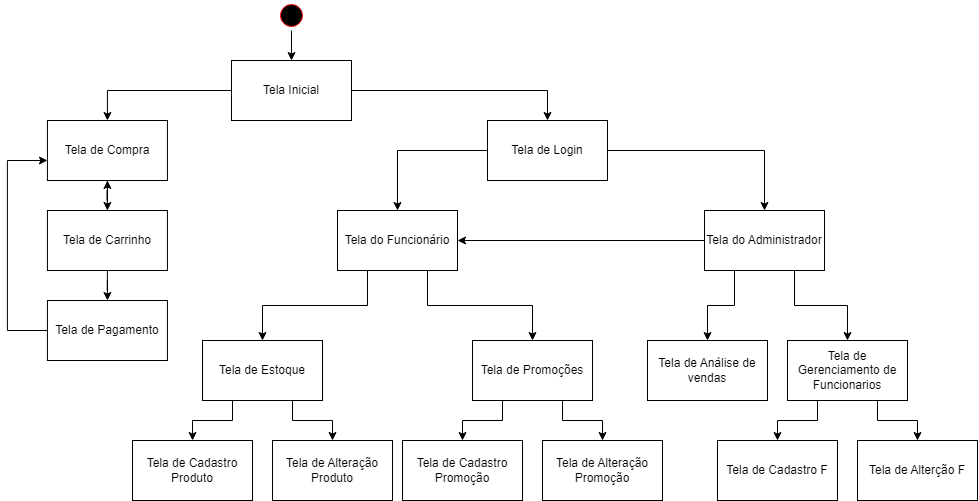
Rovani123/PISAGP keeps this draw.io diagram as Diagrama de Atividades/Diagrama de atividade.png. Above is the earlier version. Source tidied: cells renumbered, new cells last; positions are measured from the earlier drawing's top-left corner, leaving out a move shared by most shapes.
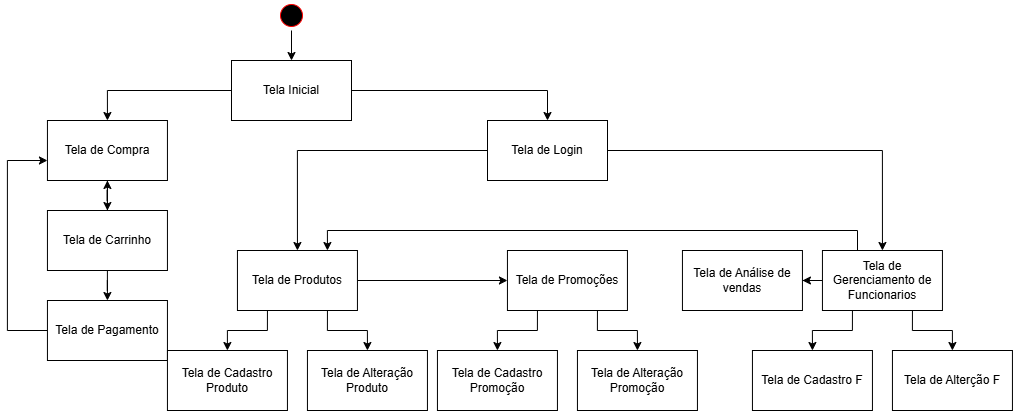
The same diagram one commit later.

Commit message:
diagrama atualizado

Change to the diagram source:
```diff
@@ -6,7 +6,7 @@
       <mxGeometry relative="1" as="geometry" />
     </mxCell>
     <mxCell id="3" style="ellipse;html=1;shape=startState;fillColor=#000000;strokeColor=#ff0000;" parent="1" vertex="1">
-      <mxGeometry x="269" width="30" height="30" as="geometry" />
+      <mxGeometry x="234.1" y="90" width="30" height="30" as="geometry" />
     </mxCell>
     <mxCell id="4" style="edgeStyle=orthogonalEdgeStyle;rounded=0;jettySize=auto;html=1;entryX=0.5;entryY=0;entryDx=0;entryDy=0;" parent="1" edge="1" source="6" target="15">
       <mxGeometry relative="1" as="geometry" />
@@ -15,34 +15,22 @@
       <mxGeometry relative="1" as="geometry" />
     </mxCell>
     <mxCell id="6" value="Tela Inicial" style="rounded=0;whiteSpace=wrap;html=1;" parent="1" vertex="1">
-      <mxGeometry x="224" y="60" width="120" height="60" as="geometry" />
+      <mxGeometry x="189.1" y="150" width="120" height="60" as="geometry" />
     </mxCell>
-    <mxCell id="7" style="edgeStyle=orthogonalEdgeStyle;rounded=0;jettySize=auto;html=1;entryX=0.5;entryY=0;entryDx=0;entryDy=0;exitX=0.75;exitY=1;exitDx=0;exitDy=0;" parent="1" edge="1" source="10" target="18">
-      <mxGeometry relative="1" as="geometry" />
-    </mxCell>
-    <mxCell id="8" style="edgeStyle=orthogonalEdgeStyle;rounded=0;jettySize=auto;html=1;entryX=1;entryY=0.5;entryDx=0;entryDy=0;" parent="1" edge="1" source="10" target="33">
-      <mxGeometry relative="1" as="geometry" />
-    </mxCell>
-    <mxCell id="9" style="edgeStyle=orthogonalEdgeStyle;rounded=0;jettySize=auto;html=1;entryX=0.5;entryY=0;entryDx=0;entryDy=0;exitX=0.25;exitY=1;exitDx=0;exitDy=0;" parent="1" edge="1" source="10" target="39">
-      <mxGeometry relative="1" as="geometry" />
-    </mxCell>
-    <mxCell id="10" value="Tela do Administrador" style="rounded=0;whiteSpace=wrap;html=1;" parent="1" vertex="1">
-      <mxGeometry x="697" y="210" width="120" height="60" as="geometry" />
-    </mxCell>
-    <mxCell id="11" style="edgeStyle=orthogonalEdgeStyle;rounded=0;jettySize=auto;html=1;entryX=0.5;entryY=0;entryDx=0;entryDy=0;" parent="1" edge="1" source="13" target="10">
+    <mxCell id="11" style="edgeStyle=orthogonalEdgeStyle;rounded=0;jettySize=auto;html=1;entryX=0.5;entryY=0;entryDx=0;entryDy=0;" parent="1" edge="1" source="13" target="18">
       <mxGeometry relative="1" as="geometry" />
     </mxCell>
-    <mxCell id="12" style="edgeStyle=orthogonalEdgeStyle;rounded=0;jettySize=auto;html=1;entryX=0.5;entryY=0;entryDx=0;entryDy=0;exitX=0;exitY=0.5;exitDx=0;exitDy=0;" parent="1" edge="1" source="13" target="33">
+    <mxCell id="12" style="edgeStyle=orthogonalEdgeStyle;rounded=0;jettySize=auto;html=1;entryX=0.5;entryY=0;entryDx=0;entryDy=0;exitX=0;exitY=0.5;exitDx=0;exitDy=0;" parent="1" edge="1" source="13" target="30">
       <mxGeometry relative="1" as="geometry" />
     </mxCell>
     <mxCell id="13" value="Tela de Login" style="rounded=0;whiteSpace=wrap;html=1;" parent="1" vertex="1">
-      <mxGeometry x="480" y="120" width="120" height="60" as="geometry" />
+      <mxGeometry x="445.1" y="210" width="120" height="60" as="geometry" />
     </mxCell>
     <mxCell id="14" style="edgeStyle=orthogonalEdgeStyle;rounded=0;jettySize=auto;html=1;entryX=0.5;entryY=0;entryDx=0;entryDy=0;" parent="1" edge="1" source="15" target="21">
       <mxGeometry relative="1" as="geometry" />
     </mxCell>
     <mxCell id="15" value="Tela de C&lt;span style=&quot;background-color: initial;&quot;&gt;ompra&lt;/span&gt;" style="rounded=0;whiteSpace=wrap;html=1;" parent="1" vertex="1">
-      <mxGeometry x="39.9" y="120" width="120" height="60" as="geometry" />
+      <mxGeometry x="5" y="210" width="120" height="60" as="geometry" />
     </mxCell>
     <mxCell id="16" style="edgeStyle=orthogonalEdgeStyle;rounded=0;jettySize=auto;html=1;entryX=0.5;entryY=0;entryDx=0;entryDy=0;exitX=0.25;exitY=1;exitDx=0;exitDy=0;" parent="1" edge="1" source="18" target="22">
       <mxGeometry relative="1" as="geometry" />
@@ -50,6 +38,17 @@
     <mxCell id="17" style="edgeStyle=orthogonalEdgeStyle;rounded=0;jettySize=auto;html=1;exitX=0.75;exitY=1;exitDx=0;exitDy=0;" parent="1" edge="1" source="18" target="23">
       <mxGeometry relative="1" as="geometry" />
     </mxCell>
+    <mxCell id="40" style="edgeStyle=orthogonalEdgeStyle;rounded=0;jettySize=auto;html=1;entryX=1;entryY=0.5;entryDx=0;entryDy=0;" parent="1" edge="1" source="18" target="39">
+      <mxGeometry relative="1" as="geometry" />
+    </mxCell>
+    <mxCell id="41" style="edgeStyle=orthogonalEdgeStyle;rounded=0;jettySize=auto;html=1;entryX=0.75;entryY=0;entryDx=0;entryDy=0;" parent="1" edge="1" source="18" target="30">
+      <mxGeometry relative="1" as="geometry">
+        <Array as="points">
+          <mxPoint x="815.1" y="320" />
+          <mxPoint x="285.1" y="320" />
+        </Array>
+      </mxGeometry>
+    </mxCell>
     <mxCell id="18" value="Tela de Gerenciamento de Funcionarios" style="rounded=0;whiteSpace=wrap;html=1;" parent="1" vertex="1">
       <mxGeometry x="780" y="340" width="120" height="60" as="geometry" />
     </mxCell>
@@ -60,7 +59,7 @@
       <mxGeometry relative="1" as="geometry" />
     </mxCell>
     <mxCell id="21" value="Tela de Carrinho" style="rounded=0;whiteSpace=wrap;html=1;" parent="1" vertex="1">
-      <mxGeometry x="39.9" y="210" width="120" height="60" as="geometry" />
+      <mxGeometry x="5" y="300" width="120" height="60" as="geometry" />
     </mxCell>
     <mxCell id="22" value="Tela de Cadastro F" style="rounded=0;whiteSpace=wrap;html=1;" parent="1" vertex="1">
       <mxGeometry x="710" y="440" width="120" height="60" as="geometry" />
@@ -70,16 +69,16 @@
     </mxCell>
     <mxCell id="24" style="edgeStyle=orthogonalEdgeStyle;rounded=0;jettySize=auto;html=1;" parent="1" edge="1" source="25">
       <mxGeometry relative="1" as="geometry">
-        <mxPoint x="39.9" y="160" as="targetPoint" />
+        <mxPoint x="5" y="250" as="targetPoint" />
         <Array as="points">
-          <mxPoint x="-0.1" y="330" />
-          <mxPoint x="-0.1" y="160" />
-          <mxPoint x="39.9" y="160" />
+          <mxPoint x="-35" y="420" />
+          <mxPoint x="-35" y="250" />
+          <mxPoint x="5" y="250" />
         </Array>
       </mxGeometry>
     </mxCell>
     <mxCell id="25" value="Tela de Pagamento" style="rounded=0;whiteSpace=wrap;html=1;" parent="1" vertex="1">
-      <mxGeometry x="39.9" y="300" width="120" height="60" as="geometry" />
+      <mxGeometry x="5" y="390" width="120" height="60" as="geometry" />
     </mxCell>
     <mxCell id="26" value="Tela de Cadastro&lt;div&gt;Produto&lt;/div&gt;" style="rounded=0;whiteSpace=wrap;html=1;" parent="1" vertex="1">
       <mxGeometry x="125" y="440" width="120" height="60" as="geometry" />
@@ -93,18 +92,12 @@
     <mxCell id="29" style="edgeStyle=orthogonalEdgeStyle;rounded=0;jettySize=auto;html=1;entryX=0.5;entryY=0;entryDx=0;entryDy=0;exitX=0.75;exitY=1;exitDx=0;exitDy=0;" parent="1" edge="1" source="30" target="27">
       <mxGeometry relative="1" as="geometry" />
     </mxCell>
+    <mxCell id="42" style="edgeStyle=orthogonalEdgeStyle;rounded=0;jettySize=auto;html=1;entryX=0;entryY=0.5;entryDx=0;entryDy=0;" parent="1" edge="1" source="30" target="36">
+      <mxGeometry relative="1" as="geometry" />
+    </mxCell>
-    <mxCell id="30" value="Tela de Estoque" style="rounded=0;whiteSpace=wrap;html=1;" parent="1" vertex="1">
+    <mxCell id="30" value="Tela de Produtos" style="rounded=0;whiteSpace=wrap;html=1;" parent="1" vertex="1">
       <mxGeometry x="195" y="340" width="120" height="60" as="geometry" />
     </mxCell>
-    <mxCell id="31" style="edgeStyle=orthogonalEdgeStyle;rounded=0;jettySize=auto;html=1;entryX=0.5;entryY=0;entryDx=0;entryDy=0;exitX=0.25;exitY=1;exitDx=0;exitDy=0;" parent="1" edge="1" source="33" target="30">
-      <mxGeometry relative="1" as="geometry" />
-    </mxCell>
-    <mxCell id="32" style="edgeStyle=orthogonalEdgeStyle;rounded=0;jettySize=auto;html=1;entryX=0.5;entryY=0;entryDx=0;entryDy=0;exitX=0.75;exitY=1;exitDx=0;exitDy=0;" parent="1" edge="1" source="33" target="36">
-      <mxGeometry relative="1" as="geometry" />
-    </mxCell>
-    <mxCell id="33" value="Tela do Funcionário" style="rounded=0;whiteSpace=wrap;html=1;" parent="1" vertex="1">
-      <mxGeometry x="330" y="210" width="120" height="60" as="geometry" />
-    </mxCell>
     <mxCell id="34" style="edgeStyle=orthogonalEdgeStyle;rounded=0;jettySize=auto;html=1;entryX=0.5;entryY=0;entryDx=0;entryDy=0;exitX=0.25;exitY=1;exitDx=0;exitDy=0;" parent="1" edge="1" source="36" target="37">
       <mxGeometry relative="1" as="geometry" />
     </mxCell>
```
